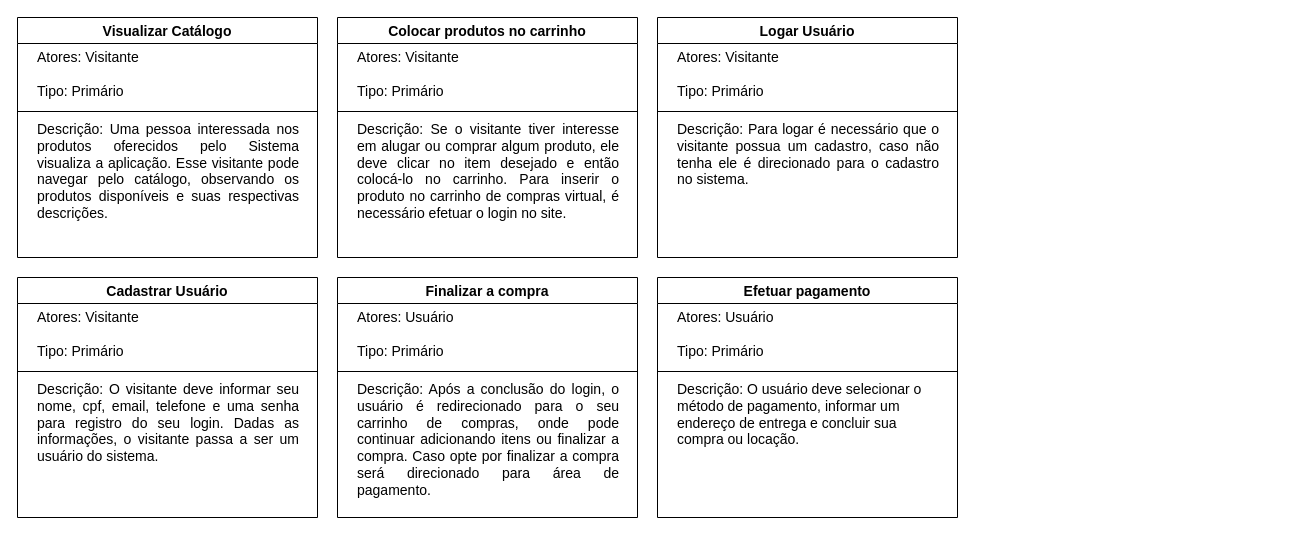
Above: CasosDeUso.drawio in kellykimura/Projeto-ESI (draw.io), before the change. Source tidied: cells renumbered, new cells numbered last; positions are measured from the earlier drawing's top-left corner, leaving out a move shared by most shapes. Both pictures are drawn from the tidied source at 100%, with x=0, y=0 at pixel (17, 17).
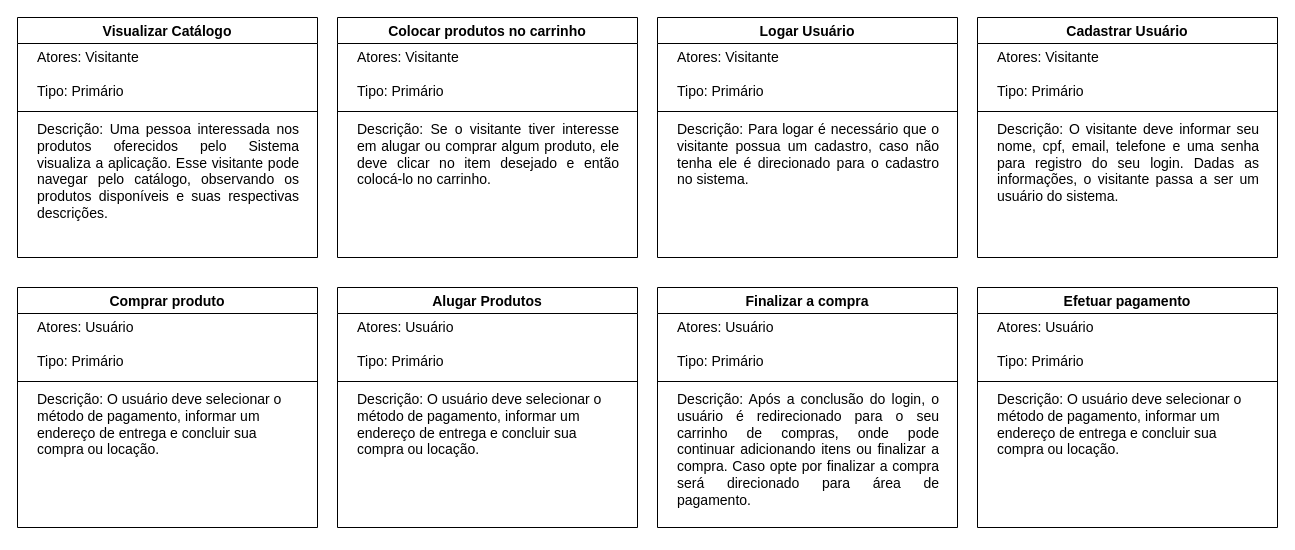
Above is the later version.

Unchanged cells that the change refers to:
```xml
<mxCell id="14" value="Colocar produtos no carrinho" style="swimlane;fontStyle=1;align=center;verticalAlign=top;horizontal=1;startSize=26;whiteSpace=wrap;html=1;fontSize=14;labelBackgroundColor=none;spacing=0;spacingLeft=20;spacingBottom=0;spacingTop=1;spacingRight=20;" parent="1" vertex="1">
  <mxGeometry x="320" width="300" height="240" as="geometry" />
</mxCell>
```

Change to the diagram source:
```diff
@@
     <mxCell id="10" value="Finalizar a compra" style="swimlane;fontStyle=1;align=center;verticalAlign=top;horizontal=1;startSize=26;whiteSpace=wrap;html=1;fontSize=14;labelBackgroundColor=none;spacing=0;spacingLeft=20;spacingBottom=0;spacingTop=1;spacingRight=20;" parent="1" vertex="1">
-      <mxGeometry x="320" y="260" width="300" height="240" as="geometry" />
+      <mxGeometry x="640" y="270" width="300" height="240" as="geometry" />
     </mxCell>
@@
-    <mxCell id="17" value="&lt;div style=&quot;text-align: justify;&quot;&gt;&lt;span style=&quot;background-color: transparent; color: light-dark(rgb(0, 0, 0), rgb(255, 255, 255));&quot;&gt;Descrição: Se o visitante tiver interesse em alugar ou comprar algum produto, ele deve clicar no item desejado e então colocá-lo no carrinho. Para inserir o produto no carrinho de compras virtual, é necessário efetuar o login no site.&amp;nbsp;&amp;nbsp;&lt;/span&gt;&lt;/div&gt;&lt;div&gt;&lt;br&gt;&lt;/div&gt;" style="text;strokeColor=none;fillColor=none;align=left;verticalAlign=top;spacingLeft=20;spacingRight=20;overflow=hidden;whiteSpace=wrap;html=1;fontSize=14;labelBackgroundColor=none;spacing=0;spacingBottom=0;spacingTop=1;" parent="14" vertex="1">
+    <mxCell id="17" value="&lt;div style=&quot;text-align: justify;&quot;&gt;&lt;span style=&quot;background-color: transparent; color: light-dark(rgb(0, 0, 0), rgb(255, 255, 255));&quot;&gt;Descrição: Se o visitante tiver interesse em alugar ou comprar algum produto, ele deve clicar no item desejado e então colocá-lo no carrinho.&amp;nbsp;&lt;/span&gt;&lt;/div&gt;" style="text;strokeColor=none;fillColor=none;align=left;verticalAlign=top;spacingLeft=20;spacingRight=20;overflow=hidden;whiteSpace=wrap;html=1;fontSize=14;labelBackgroundColor=none;spacing=0;spacingBottom=0;spacingTop=1;" parent="14" vertex="1">
       <mxGeometry y="98" width="300" height="142" as="geometry" />
     </mxCell>
     <mxCell id="18" value="Cadastrar Usuário" style="swimlane;fontStyle=1;align=center;verticalAlign=top;horizontal=1;startSize=26;whiteSpace=wrap;html=1;fontSize=14;labelBackgroundColor=none;spacing=0;spacingLeft=20;spacingBottom=0;spacingTop=1;spacingRight=20;" parent="1" vertex="1">
-      <mxGeometry y="260" width="300" height="240" as="geometry" />
+      <mxGeometry x="960" width="300" height="240" as="geometry" />
     </mxCell>
@@
     <mxCell id="22" value="Efetuar pagamento" style="swimlane;fontStyle=1;align=center;verticalAlign=top;horizontal=1;startSize=26;whiteSpace=wrap;html=1;fontSize=14;labelBackgroundColor=none;spacing=0;spacingLeft=20;spacingBottom=0;spacingTop=1;spacingRight=20;" parent="1" vertex="1">
-      <mxGeometry x="640" y="260" width="300" height="240" as="geometry" />
+      <mxGeometry x="960" y="270" width="300" height="240" as="geometry" />
     </mxCell>
@@
+    <mxCell id="26" value="Comprar produto" style="swimlane;fontStyle=1;align=center;verticalAlign=top;horizontal=1;startSize=26;whiteSpace=wrap;html=1;fontSize=14;labelBackgroundColor=none;spacing=0;spacingLeft=20;spacingBottom=0;spacingTop=1;spacingRight=20;" parent="1" vertex="1">
+      <mxGeometry y="270" width="300" height="240" as="geometry" />
+    </mxCell>
+    <mxCell id="27" value="Atores: Usuário&amp;nbsp;&lt;div&gt;&lt;br&gt;&lt;div&gt;Tipo: Primário&lt;/div&gt;&lt;/div&gt;" style="text;strokeColor=none;fillColor=none;align=left;verticalAlign=top;spacingLeft=20;spacingRight=20;overflow=hidden;whiteSpace=wrap;html=1;fontSize=14;labelBackgroundColor=none;spacing=0;spacingBottom=0;spacingTop=1;" parent="26" vertex="1">
+      <mxGeometry y="26" width="300" height="64" as="geometry" />
+    </mxCell>
+    <mxCell id="28" style="line;strokeWidth=1;fillColor=none;align=left;verticalAlign=middle;spacingTop=1;spacingLeft=20;spacingRight=20;labelPosition=right;strokeColor=inherit;fontSize=14;labelBackgroundColor=none;spacing=0;spacingBottom=0;" parent="26" vertex="1">
+      <mxGeometry y="90" width="300" height="8" as="geometry" />
+    </mxCell>
+    <mxCell id="29" value="Descrição: O usuário deve selecionar o método de pagamento, informar um endereço de entrega e concluir sua compra ou locação.&lt;div&gt;&lt;br&gt;&lt;/div&gt;" style="text;strokeColor=none;fillColor=none;align=left;verticalAlign=top;spacingLeft=20;spacingRight=20;overflow=hidden;whiteSpace=wrap;html=1;fontSize=14;labelBackgroundColor=none;spacing=0;spacingBottom=0;spacingTop=1;" parent="26" vertex="1">
+      <mxGeometry y="98" width="300" height="142" as="geometry" />
+    </mxCell>
+    <mxCell id="30" value="Alugar Produtos" style="swimlane;fontStyle=1;align=center;verticalAlign=top;horizontal=1;startSize=26;whiteSpace=wrap;html=1;fontSize=14;labelBackgroundColor=none;spacing=0;spacingLeft=20;spacingBottom=0;spacingTop=1;spacingRight=20;" parent="1" vertex="1">
+      <mxGeometry x="320" y="270" width="300" height="240" as="geometry" />
+    </mxCell>
+    <mxCell id="31" value="Atores: Usuário&amp;nbsp;&lt;div&gt;&lt;br&gt;&lt;div&gt;Tipo: Primário&lt;/div&gt;&lt;/div&gt;" style="text;strokeColor=none;fillColor=none;align=left;verticalAlign=top;spacingLeft=20;spacingRight=20;overflow=hidden;whiteSpace=wrap;html=1;fontSize=14;labelBackgroundColor=none;spacing=0;spacingBottom=0;spacingTop=1;" parent="30" vertex="1">
+      <mxGeometry y="26" width="300" height="64" as="geometry" />
+    </mxCell>
+    <mxCell id="32" style="line;strokeWidth=1;fillColor=none;align=left;verticalAlign=middle;spacingTop=1;spacingLeft=20;spacingRight=20;labelPosition=right;strokeColor=inherit;fontSize=14;labelBackgroundColor=none;spacing=0;spacingBottom=0;" parent="30" vertex="1">
+      <mxGeometry y="90" width="300" height="8" as="geometry" />
+    </mxCell>
+    <mxCell id="33" value="Descrição: O usuário deve selecionar o método de pagamento, informar um endereço de entrega e concluir sua compra ou locação.&lt;div&gt;&lt;br&gt;&lt;/div&gt;" style="text;strokeColor=none;fillColor=none;align=left;verticalAlign=top;spacingLeft=20;spacingRight=20;overflow=hidden;whiteSpace=wrap;html=1;fontSize=14;labelBackgroundColor=none;spacing=0;spacingBottom=0;spacingTop=1;" parent="30" vertex="1">
+      <mxGeometry y="98" width="300" height="142" as="geometry" />
+    </mxCell>
```
